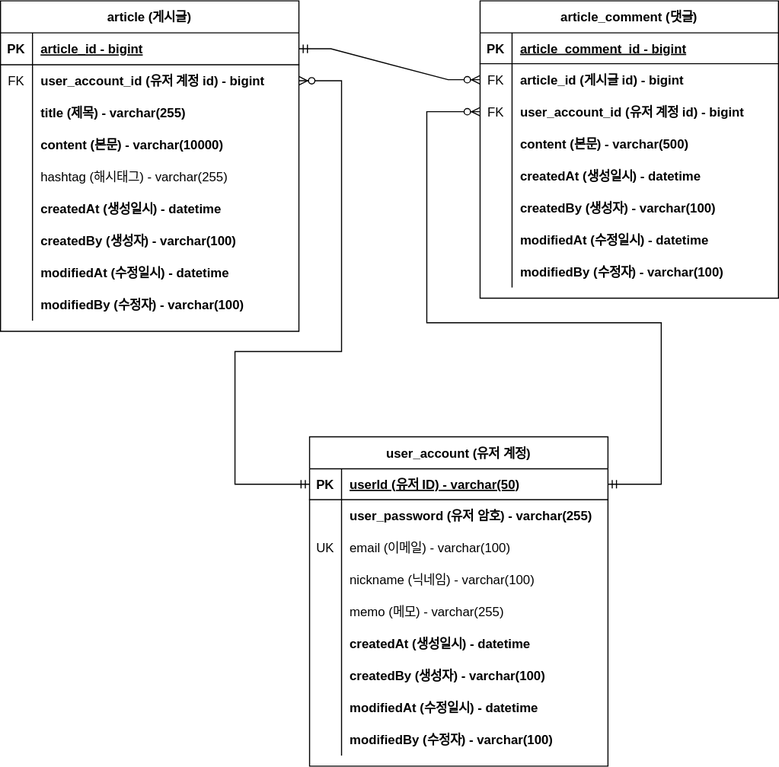
Before: doc/project-board-erd.svg, a diagram exported from draw.io (JadeKim042386/project-board). Source tidied: cells renumbered, new cells last; positions are measured from the earlier drawing's top-left corner, leaving out a move shared by most shapes.
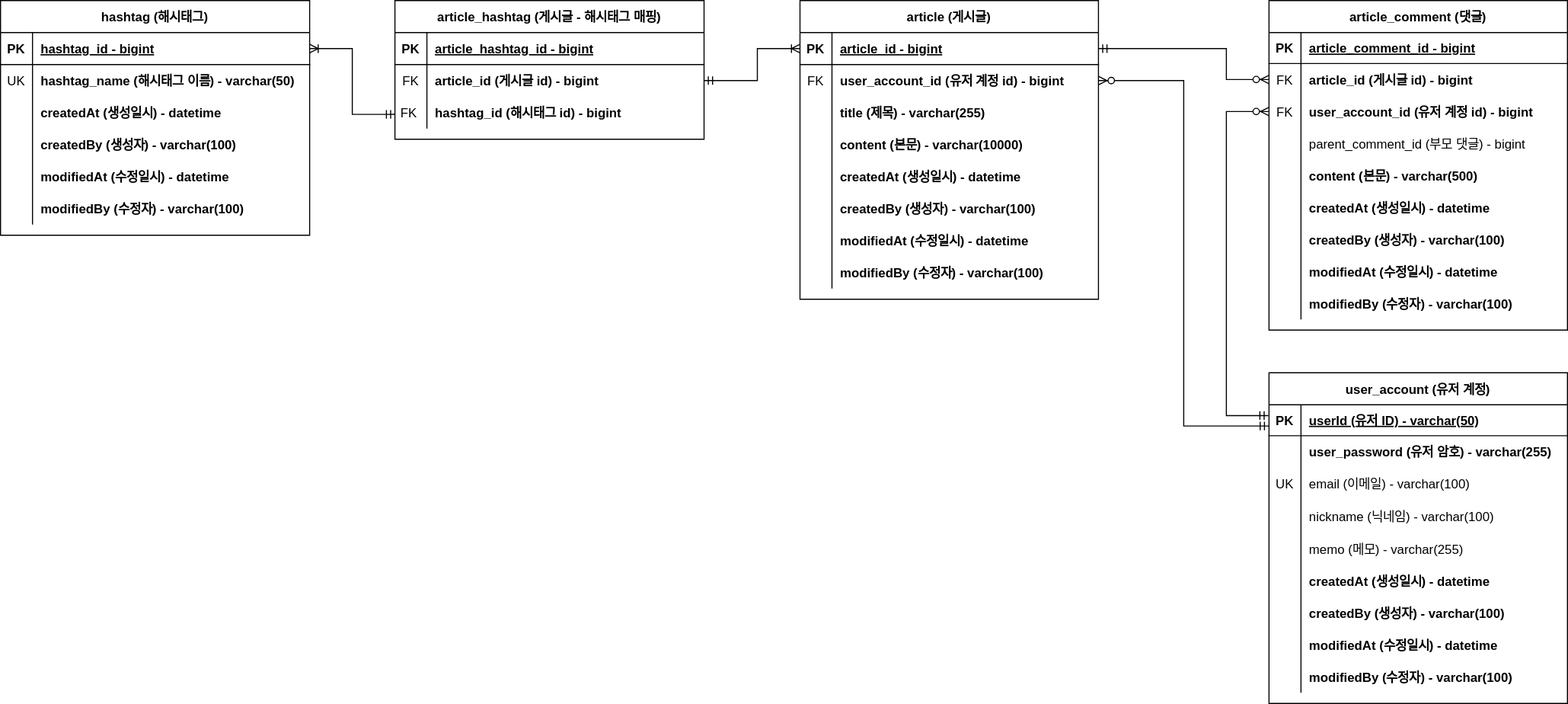
After the commit.

Commit message:
doc: ERD 업데이트: 대댓글, hashtag 추가 #61

Change to the diagram source:
```diff
@@ -5,3 +5,3 @@
     <mxCell id="2" value="article (게시글)" style="shape=table;startSize=30;rowLines=0;fontStyle=1;align=center;" parent="1" vertex="1">
-      <mxGeometry width="280" height="310" as="geometry" />
+      <mxGeometry x="20" width="280" height="280" as="geometry" />
     </mxCell>
@@ -43,13 +43,4 @@
     </mxCell>
-    <mxCell id="15" style="shape=partialRectangle;fillColor=none;top=0;left=0;right=0;bottom=0;" parent="2" vertex="1">
-      <mxGeometry y="150" width="280" height="30" as="geometry" />
-    </mxCell>
-    <mxCell id="16" style="shape=partialRectangle;overflow=hidden;fillColor=none;top=0;left=0;bottom=0;right=0;" parent="15" vertex="1">
-      <mxGeometry width="30" height="30" as="geometry" />
-    </mxCell>
-    <mxCell id="17" value="hashtag (해시태그) - varchar(255)" style="shape=partialRectangle;overflow=hidden;fillColor=none;top=0;left=0;bottom=0;right=0;align=left;spacingLeft=6;" parent="15" vertex="1">
-      <mxGeometry x="30" width="250" height="30" as="geometry" />
-    </mxCell>
     <mxCell id="18" style="shape=partialRectangle;fillColor=none;top=0;left=0;right=0;bottom=0;" parent="2" vertex="1">
-      <mxGeometry y="180" width="280" height="30" as="geometry" />
+      <mxGeometry y="150" width="280" height="30" as="geometry" />
     </mxCell>
@@ -62,3 +53,3 @@
     <mxCell id="21" style="shape=partialRectangle;fillColor=none;top=0;left=0;right=0;bottom=0;" parent="2" vertex="1">
-      <mxGeometry y="210" width="280" height="30" as="geometry" />
+      <mxGeometry y="180" width="280" height="30" as="geometry" />
     </mxCell>
@@ -71,3 +62,3 @@
     <mxCell id="24" style="shape=partialRectangle;fillColor=none;top=0;left=0;right=0;bottom=0;" parent="2" vertex="1">
-      <mxGeometry y="240" width="280" height="30" as="geometry" />
+      <mxGeometry y="210" width="280" height="30" as="geometry" />
     </mxCell>
@@ -80,3 +71,3 @@
     <mxCell id="27" style="shape=partialRectangle;fillColor=none;top=0;left=0;right=0;bottom=0;" parent="2" vertex="1">
-      <mxGeometry y="270" width="280" height="30" as="geometry" />
+      <mxGeometry y="240" width="280" height="30" as="geometry" />
     </mxCell>
@@ -89,3 +80,3 @@
     <mxCell id="30" value="article_comment (댓글)" style="shape=table;startSize=30;rowLines=0;fontStyle=1;align=center;" parent="1" vertex="1">
-      <mxGeometry x="450" width="280" height="279" as="geometry" />
+      <mxGeometry x="460" width="280" height="309" as="geometry" />
     </mxCell>
@@ -118,4 +109,13 @@
     </mxCell>
+    <mxCell id="86" style="shape=partialRectangle;fillColor=none;top=0;left=0;right=0;bottom=0;" parent="30" vertex="1">
+      <mxGeometry y="119" width="280" height="30" as="geometry" />
+    </mxCell>
+    <mxCell id="87" style="shape=partialRectangle;overflow=hidden;fillColor=none;top=0;left=0;bottom=0;right=0;" parent="86" vertex="1">
+      <mxGeometry width="30" height="30" as="geometry" />
+    </mxCell>
+    <mxCell id="88" value="parent_comment_id (부모 댓글) - bigint" style="shape=partialRectangle;overflow=hidden;fillColor=none;top=0;left=0;bottom=0;right=0;align=left;spacingLeft=6;fontStyle=0;" parent="86" vertex="1">
+      <mxGeometry x="30" width="250" height="30" as="geometry" />
+    </mxCell>
     <mxCell id="40" style="shape=partialRectangle;fillColor=none;top=0;left=0;right=0;bottom=0;" parent="30" vertex="1">
-      <mxGeometry y="119" width="280" height="30" as="geometry" />
+      <mxGeometry y="149" width="280" height="30" as="geometry" />
     </mxCell>
@@ -128,3 +128,3 @@
     <mxCell id="43" style="shape=partialRectangle;fillColor=none;top=0;left=0;right=0;bottom=0;" parent="30" vertex="1">
-      <mxGeometry y="149" width="280" height="30" as="geometry" />
+      <mxGeometry y="179" width="280" height="30" as="geometry" />
     </mxCell>
@@ -137,3 +137,3 @@
     <mxCell id="46" style="shape=partialRectangle;fillColor=none;top=0;left=0;right=0;bottom=0;" parent="30" vertex="1">
-      <mxGeometry y="179" width="280" height="30" as="geometry" />
+      <mxGeometry y="209" width="280" height="30" as="geometry" />
     </mxCell>
@@ -146,3 +146,3 @@
     <mxCell id="49" style="shape=partialRectangle;fillColor=none;top=0;left=0;right=0;bottom=0;" parent="30" vertex="1">
-      <mxGeometry y="209" width="280" height="30" as="geometry" />
+      <mxGeometry y="239" width="280" height="30" as="geometry" />
     </mxCell>
@@ -155,3 +155,3 @@
     <mxCell id="52" style="shape=partialRectangle;fillColor=none;top=0;left=0;right=0;bottom=0;" parent="30" vertex="1">
-      <mxGeometry y="239" width="280" height="30" as="geometry" />
+      <mxGeometry y="269" width="280" height="30" as="geometry" />
     </mxCell>
@@ -163,7 +163,12 @@
     </mxCell>
-    <mxCell id="55" style="edgeStyle=entityRelationEdgeStyle;fontSize=12;html=1;endArrow=ERzeroToMany;startArrow=ERmandOne;rounded=0;entryX=0;entryY=0.5;entryDx=0;entryDy=0;exitX=1;exitY=0.5;exitDx=0;exitDy=0;" parent="1" edge="1" source="3" target="34">
-      <mxGeometry relative="1" as="geometry" />
+    <mxCell id="55" style="edgeStyle=orthogonalEdgeStyle;fontSize=12;html=1;endArrow=ERzeroToMany;startArrow=ERmandOne;rounded=0;entryX=0;entryY=0.5;entryDx=0;entryDy=0;exitX=1;exitY=0.5;exitDx=0;exitDy=0;" parent="1" edge="1" source="3" target="34">
+      <mxGeometry relative="1" as="geometry">
+        <Array as="points">
+          <mxPoint x="420" y="45" />
+          <mxPoint x="420" y="74" />
+        </Array>
+      </mxGeometry>
     </mxCell>
     <mxCell id="56" value="user_account (유저 계정)" style="shape=table;startSize=30;rowLines=0;fontStyle=1;align=center;" parent="1" vertex="1">
-      <mxGeometry x="290" y="409" width="280" height="309" as="geometry" />
+      <mxGeometry x="460" y="349" width="280" height="310" as="geometry" />
     </mxCell>
@@ -197,12 +202,12 @@
     <mxCell id="66" style="shape=partialRectangle;fillColor=none;top=0;left=0;right=0;bottom=0;" parent="56" vertex="1">
-      <mxGeometry y="119" width="280" height="30" as="geometry" />
+      <mxGeometry y="119" width="280" height="31" as="geometry" />
     </mxCell>
     <mxCell id="67" style="shape=partialRectangle;overflow=hidden;fillColor=none;top=0;left=0;bottom=0;right=0;" parent="66" vertex="1">
-      <mxGeometry width="30" height="30" as="geometry" />
+      <mxGeometry width="30" height="31" as="geometry" />
     </mxCell>
     <mxCell id="68" value="nickname (닉네임) - varchar(100)" style="shape=partialRectangle;overflow=hidden;fillColor=none;top=0;left=0;bottom=0;right=0;align=left;spacingLeft=6;fontStyle=0;" parent="66" vertex="1">
-      <mxGeometry x="30" width="250" height="30" as="geometry" />
+      <mxGeometry x="30" width="250" height="31" as="geometry" />
     </mxCell>
     <mxCell id="69" style="shape=partialRectangle;fillColor=none;top=0;left=0;right=0;bottom=0;" parent="56" vertex="1">
-      <mxGeometry y="149" width="280" height="30" as="geometry" />
+      <mxGeometry y="150" width="280" height="30" as="geometry" />
     </mxCell>
@@ -215,3 +220,3 @@
     <mxCell id="72" style="shape=partialRectangle;fillColor=none;top=0;left=0;right=0;bottom=0;" parent="56" vertex="1">
-      <mxGeometry y="179" width="280" height="30" as="geometry" />
+      <mxGeometry y="180" width="280" height="30" as="geometry" />
     </mxCell>
@@ -224,3 +229,3 @@
     <mxCell id="75" style="shape=partialRectangle;fillColor=none;top=0;left=0;right=0;bottom=0;" parent="56" vertex="1">
-      <mxGeometry y="209" width="280" height="30" as="geometry" />
+      <mxGeometry y="210" width="280" height="30" as="geometry" />
     </mxCell>
@@ -233,3 +238,3 @@
     <mxCell id="78" style="shape=partialRectangle;fillColor=none;top=0;left=0;right=0;bottom=0;" parent="56" vertex="1">
-      <mxGeometry y="239" width="280" height="30" as="geometry" />
+      <mxGeometry y="240" width="280" height="30" as="geometry" />
     </mxCell>
@@ -242,3 +247,3 @@
     <mxCell id="81" style="shape=partialRectangle;fillColor=none;top=0;left=0;right=0;bottom=0;" parent="56" vertex="1">
-      <mxGeometry y="269" width="280" height="30" as="geometry" />
+      <mxGeometry y="270" width="280" height="30" as="geometry" />
     </mxCell>
@@ -250,9 +255,7 @@
     </mxCell>
-    <mxCell id="84" style="fontSize=12;html=1;endArrow=ERzeroToMany;startArrow=ERmandOne;rounded=0;exitX=0;exitY=0.5;exitDx=0;exitDy=0;entryX=1;entryY=0.5;entryDx=0;entryDy=0;edgeStyle=orthogonalEdgeStyle;" parent="1" edge="1" source="57" target="6">
+    <mxCell id="84" style="fontSize=12;html=1;endArrow=ERzeroToMany;startArrow=ERmandOne;rounded=0;entryX=1;entryY=0.5;entryDx=0;entryDy=0;edgeStyle=orthogonalEdgeStyle;exitX=-0.001;exitY=0.685;exitDx=0;exitDy=0;exitPerimeter=0;" parent="1" edge="1" source="57" target="6">
       <mxGeometry relative="1" as="geometry">
         <Array as="points">
-          <mxPoint x="220" y="454" />
-          <mxPoint x="220" y="329" />
-          <mxPoint x="320" y="329" />
-          <mxPoint x="320" y="75" />
+          <mxPoint x="380" y="399" />
+          <mxPoint x="380" y="75" />
         </Array>
@@ -260,9 +263,7 @@
     </mxCell>
-    <mxCell id="85" style="fontSize=12;html=1;endArrow=ERzeroToMany;startArrow=ERmandOne;rounded=0;exitX=1;exitY=0.5;exitDx=0;exitDy=0;edgeStyle=orthogonalEdgeStyle;entryX=0;entryY=0.5;entryDx=0;entryDy=0;" parent="1" edge="1" source="57" target="37">
+    <mxCell id="85" style="fontSize=12;html=1;endArrow=ERzeroToMany;startArrow=ERmandOne;rounded=0;exitX=-0.002;exitY=0.349;exitDx=0;exitDy=0;edgeStyle=orthogonalEdgeStyle;entryX=0;entryY=0.5;entryDx=0;entryDy=0;exitPerimeter=0;" parent="1" edge="1" source="57" target="37">
       <mxGeometry relative="1" as="geometry">
         <Array as="points">
-          <mxPoint x="620" y="454" />
-          <mxPoint x="620" y="302" />
-          <mxPoint x="400" y="302" />
-          <mxPoint x="400" y="104" />
+          <mxPoint x="420" y="389" />
+          <mxPoint x="420" y="104" />
         </Array>
@@ -270,2 +271,100 @@
     </mxCell>
+    <mxCell id="89" value="hashtag (해시태그)" style="shape=table;startSize=30;rowLines=0;fontStyle=1;align=center;" parent="1" vertex="1">
+      <mxGeometry x="-730" width="290" height="220" as="geometry" />
+    </mxCell>
+    <mxCell id="90" style="shape=partialRectangle;fillColor=none;points=[[0,0.5],[1,0.5]];portConstraint=eastwest;top=0;left=0;right=0;bottom=1;" parent="89" vertex="1">
+      <mxGeometry y="30" width="290" height="30" as="geometry" />
+    </mxCell>
+    <mxCell id="91" value="PK" style="shape=partialRectangle;overflow=hidden;fillColor=none;top=0;left=0;bottom=0;right=0;fontStyle=1;" parent="90" vertex="1">
+      <mxGeometry width="30" height="30" as="geometry" />
+    </mxCell>
+    <mxCell id="92" value="hashtag_id - bigint" style="shape=partialRectangle;overflow=hidden;fillColor=none;top=0;left=0;bottom=0;right=0;align=left;spacingLeft=6;fontStyle=5;" parent="90" vertex="1">
+      <mxGeometry x="30" width="260" height="30" as="geometry" />
+    </mxCell>
+    <mxCell id="93" style="shape=partialRectangle;fillColor=none;top=0;left=0;right=0;bottom=0;" parent="89" vertex="1">
+      <mxGeometry y="60" width="290" height="30" as="geometry" />
+    </mxCell>
+    <mxCell id="94" value="UK" style="shape=partialRectangle;overflow=hidden;fillColor=none;top=0;left=0;bottom=0;right=0;" parent="93" vertex="1">
+      <mxGeometry width="30" height="30" as="geometry" />
+    </mxCell>
+    <mxCell id="95" value="hashtag_name (해시태그 이름) - varchar(50)" style="shape=partialRectangle;overflow=hidden;fillColor=none;top=0;left=0;bottom=0;right=0;align=left;spacingLeft=6;fontStyle=1;" parent="93" vertex="1">
+      <mxGeometry x="30" width="260" height="30" as="geometry" />
+    </mxCell>
+    <mxCell id="96" style="shape=partialRectangle;fillColor=none;top=0;left=0;right=0;bottom=0;" parent="89" vertex="1">
+      <mxGeometry y="90" width="290" height="30" as="geometry" />
+    </mxCell>
+    <mxCell id="97" style="shape=partialRectangle;overflow=hidden;fillColor=none;top=0;left=0;bottom=0;right=0;" parent="96" vertex="1">
+      <mxGeometry width="30" height="30" as="geometry" />
+    </mxCell>
+    <mxCell id="98" value="createdAt (생성일시) - datetime" style="shape=partialRectangle;overflow=hidden;fillColor=none;top=0;left=0;bottom=0;right=0;align=left;spacingLeft=6;fontStyle=1;" parent="96" vertex="1">
+      <mxGeometry x="30" width="260" height="30" as="geometry" />
+    </mxCell>
+    <mxCell id="99" style="shape=partialRectangle;fillColor=none;top=0;left=0;right=0;bottom=0;" parent="89" vertex="1">
+      <mxGeometry y="120" width="290" height="30" as="geometry" />
+    </mxCell>
+    <mxCell id="100" style="shape=partialRectangle;overflow=hidden;fillColor=none;top=0;left=0;bottom=0;right=0;" parent="99" vertex="1">
+      <mxGeometry width="30" height="30" as="geometry" />
+    </mxCell>
+    <mxCell id="101" value="createdBy (생성자) - varchar(100)" style="shape=partialRectangle;overflow=hidden;fillColor=none;top=0;left=0;bottom=0;right=0;align=left;spacingLeft=6;fontStyle=1;" parent="99" vertex="1">
+      <mxGeometry x="30" width="260" height="30" as="geometry" />
+    </mxCell>
+    <mxCell id="102" style="shape=partialRectangle;fillColor=none;top=0;left=0;right=0;bottom=0;" parent="89" vertex="1">
+      <mxGeometry y="150" width="290" height="30" as="geometry" />
+    </mxCell>
+    <mxCell id="103" style="shape=partialRectangle;overflow=hidden;fillColor=none;top=0;left=0;bottom=0;right=0;" parent="102" vertex="1">
+      <mxGeometry width="30" height="30" as="geometry" />
+    </mxCell>
+    <mxCell id="104" value="modifiedAt (수정일시) - datetime" style="shape=partialRectangle;overflow=hidden;fillColor=none;top=0;left=0;bottom=0;right=0;align=left;spacingLeft=6;fontStyle=1;" parent="102" vertex="1">
+      <mxGeometry x="30" width="260" height="30" as="geometry" />
+    </mxCell>
+    <mxCell id="105" style="shape=partialRectangle;fillColor=none;top=0;left=0;right=0;bottom=0;" parent="89" vertex="1">
+      <mxGeometry y="180" width="290" height="30" as="geometry" />
+    </mxCell>
+    <mxCell id="106" style="shape=partialRectangle;overflow=hidden;fillColor=none;top=0;left=0;bottom=0;right=0;" parent="105" vertex="1">
+      <mxGeometry width="30" height="30" as="geometry" />
+    </mxCell>
+    <mxCell id="107" value="modifiedBy (수정자) - varchar(100)" style="shape=partialRectangle;overflow=hidden;fillColor=none;top=0;left=0;bottom=0;right=0;align=left;spacingLeft=6;fontStyle=1;" parent="105" vertex="1">
+      <mxGeometry x="30" width="260" height="30" as="geometry" />
+    </mxCell>
+    <mxCell id="108" value="article_hashtag (게시글 - 해시태그 매핑)" style="shape=table;startSize=30;rowLines=0;fontStyle=1;align=center;" parent="1" vertex="1">
+      <mxGeometry x="-360" width="290" height="130" as="geometry" />
+    </mxCell>
+    <mxCell id="109" style="shape=partialRectangle;fillColor=none;top=0;left=0;right=0;bottom=1;" parent="108" vertex="1">
+      <mxGeometry y="30" width="290" height="30" as="geometry" />
+    </mxCell>
+    <mxCell id="110" value="PK" style="shape=partialRectangle;overflow=hidden;fillColor=none;top=0;left=0;bottom=0;right=0;fontStyle=1;" parent="109" vertex="1">
+      <mxGeometry width="30" height="30" as="geometry" />
+    </mxCell>
+    <mxCell id="111" value="article_hashtag_id - bigint" style="shape=partialRectangle;overflow=hidden;fillColor=none;top=0;left=0;bottom=0;right=0;align=left;spacingLeft=6;fontStyle=5;" parent="109" vertex="1">
+      <mxGeometry x="30" width="260" height="30" as="geometry" />
+    </mxCell>
+    <mxCell id="112" style="shape=partialRectangle;fillColor=none;points=[[0,0.5],[1,0.5]];portConstraint=eastwest;top=0;left=0;right=0;bottom=0;" parent="108" vertex="1">
+      <mxGeometry y="60" width="290" height="30" as="geometry" />
+    </mxCell>
+    <mxCell id="113" value="FK" style="shape=partialRectangle;overflow=hidden;fillColor=none;top=0;left=0;bottom=0;right=0;" parent="112" vertex="1">
+      <mxGeometry width="30" height="30" as="geometry" />
+    </mxCell>
+    <mxCell id="114" value="article_id (게시글 id) - bigint" style="shape=partialRectangle;overflow=hidden;fillColor=none;top=0;left=0;bottom=0;right=0;align=left;spacingLeft=6;fontStyle=1;" parent="112" vertex="1">
+      <mxGeometry x="30" width="260" height="30" as="geometry" />
+    </mxCell>
+    <mxCell id="115" style="shape=partialRectangle;fillColor=none;points=[[0,0.5],[1,0.5]];portConstraint=eastwest;top=0;left=0;right=0;bottom=0;" parent="108" vertex="1">
+      <mxGeometry y="90" width="290" height="30" as="geometry" />
+    </mxCell>
+    <mxCell id="116" value="FK " style="shape=partialRectangle;overflow=hidden;fillColor=none;top=0;left=0;bottom=0;right=0;" parent="115" vertex="1">
+      <mxGeometry width="30" height="30" as="geometry" />
+    </mxCell>
+    <mxCell id="117" value="hashtag_id (해시태그 id) - bigint" style="shape=partialRectangle;overflow=hidden;fillColor=none;top=0;left=0;bottom=0;right=0;align=left;spacingLeft=6;fontStyle=1;" parent="115" vertex="1">
+      <mxGeometry x="30" width="260" height="30" as="geometry" />
+    </mxCell>
+    <mxCell id="118" style="edgeStyle=orthogonalEdgeStyle;fontSize=12;html=1;endArrow=ERoneToMany;startArrow=ERmandOne;rounded=0;entryX=0;entryY=0.5;entryDx=0;entryDy=0;exitX=1;exitY=0.5;exitDx=0;exitDy=0;" parent="1" edge="1" source="112" target="3">
+      <mxGeometry relative="1" as="geometry">
+        <Array as="points">
+          <mxPoint x="-20" y="75" />
+          <mxPoint x="-20" y="45" />
+        </Array>
+      </mxGeometry>
+    </mxCell>
+    <mxCell id="119" style="edgeStyle=orthogonalEdgeStyle;fontSize=12;html=1;endArrow=ERoneToMany;startArrow=ERmandOne;rounded=0;exitX=0;exitY=0.555;exitDx=0;exitDy=0;entryX=1;entryY=0.5;entryDx=0;entryDy=0;exitPerimeter=0;" parent="1" edge="1" source="115" target="90">
+      <mxGeometry relative="1" as="geometry" />
+    </mxCell>
   </root>
```
